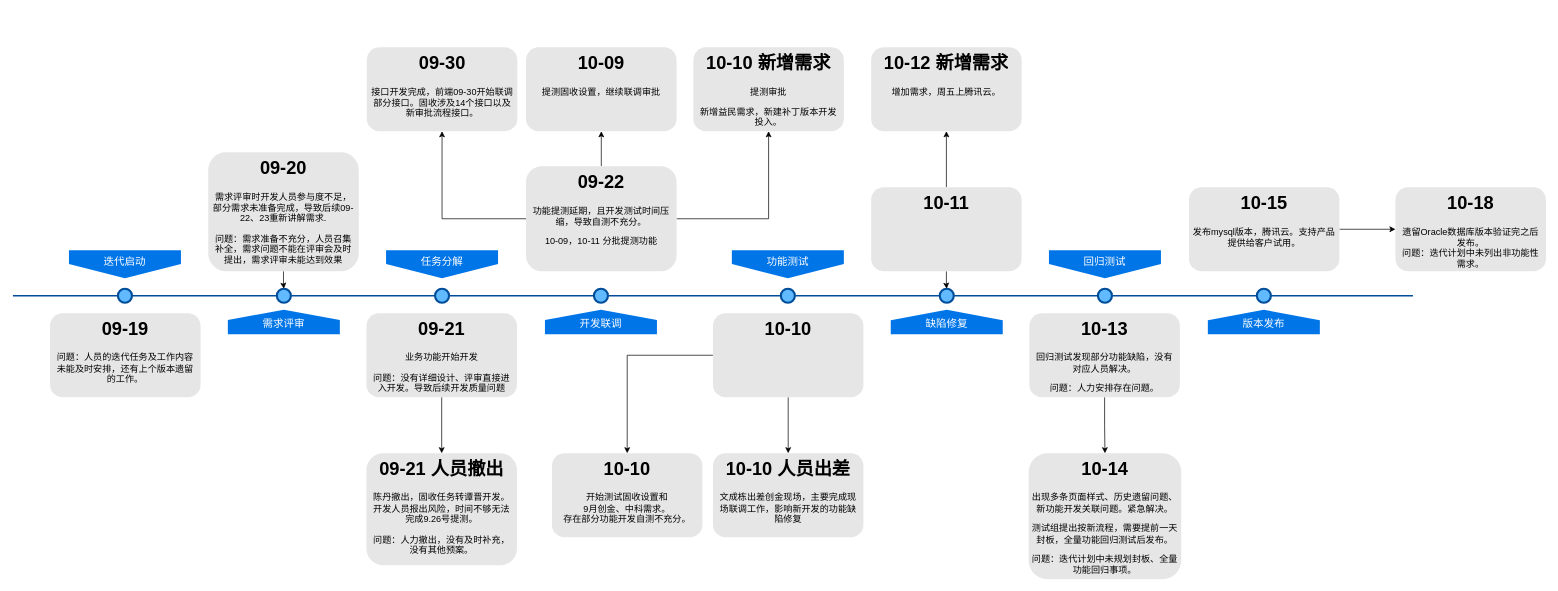
Earlier version of the draw.io diagram 未命名绘图.drawio (warmsheep/my-example). Source tidied: cells renumbered, new cells numbered last; positions are measured from the earlier drawing's top-left corner, leaving out a move shared by most shapes. Both pictures are drawn from the tidied source at 70%, with x=0, y=0 at pixel (13, 47).
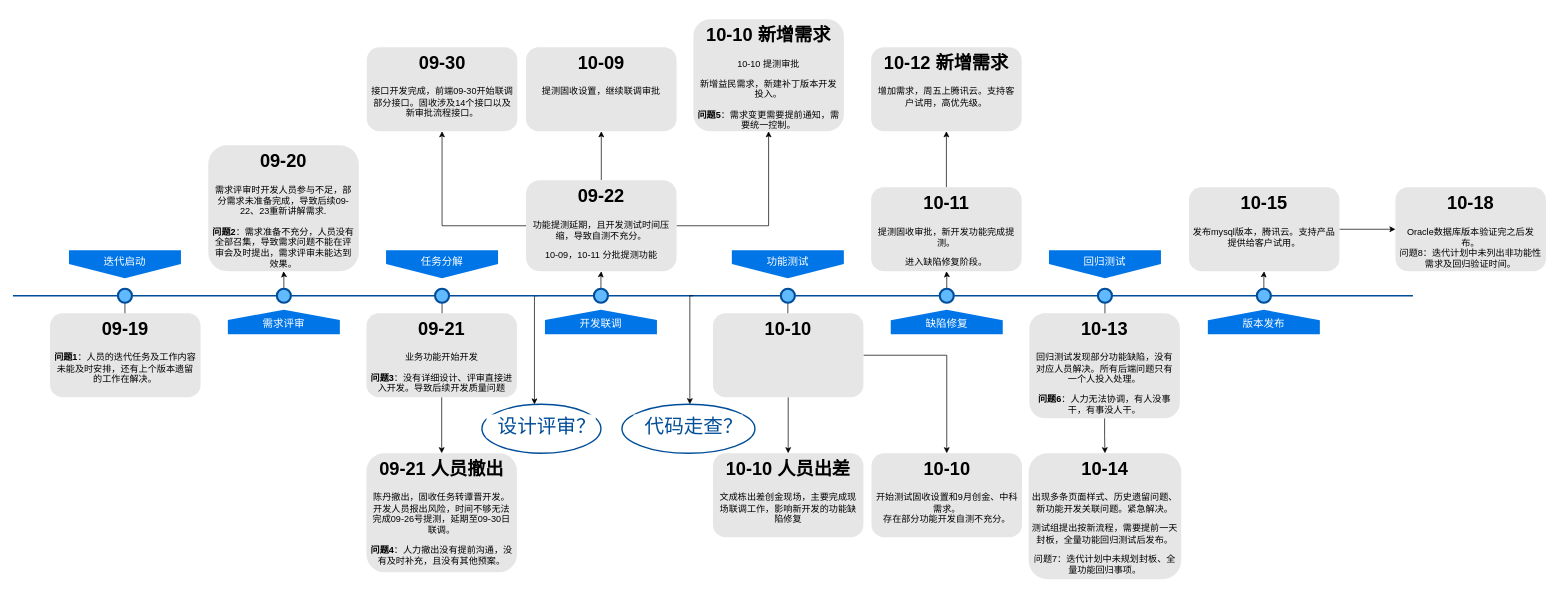
The same page after the edit.

Commit message:
更新未命名绘图.drawio

The change refers to these unchanged cells:
```xml
<mxCell id="2" style="line;strokeWidth=2;html=1;fillColor=none;fontSize=28;fontColor=#004D99;strokeColor=#004D99;" parent="1" vertex="1">
  <mxGeometry y="350" width="1000" height="10" as="geometry" />
</mxCell>
<mxCell id="7" style="ellipse;whiteSpace=wrap;html=1;fillColor=#61BAFF;fontSize=28;fontColor=#004D99;strokeWidth=3;strokeColor=#004D99;" parent="1" vertex="1">
  <mxGeometry x="150" y="345" width="20" height="20" as="geometry" />
</mxCell>
<mxCell id="8" style="ellipse;whiteSpace=wrap;html=1;fillColor=#61BAFF;fontSize=28;fontColor=#004D99;strokeWidth=3;strokeColor=#004D99;" parent="1" vertex="1">
  <mxGeometry x="377" y="345" width="20" height="20" as="geometry" />
</mxCell>
<mxCell id="9" style="ellipse;whiteSpace=wrap;html=1;fillColor=#61BAFF;fontSize=28;fontColor=#004D99;strokeWidth=3;strokeColor=#004D99;" parent="1" vertex="1">
  <mxGeometry x="603" y="345" width="20" height="20" as="geometry" />
</mxCell>
<mxCell id="10" style="ellipse;whiteSpace=wrap;html=1;fillColor=#61BAFF;fontSize=28;fontColor=#004D99;strokeWidth=3;strokeColor=#004D99;" parent="1" vertex="1">
  <mxGeometry x="830" y="345" width="20" height="20" as="geometry" />
</mxCell>
<mxCell id="25" style="ellipse;whiteSpace=wrap;html=1;fillColor=#61BAFF;fontSize=28;fontColor=#004D99;strokeWidth=3;strokeColor=#004D99;" parent="1" vertex="1">
  <mxGeometry x="1097" y="345" width="20" height="20" as="geometry" />
</mxCell>
<mxCell id="26" style="ellipse;whiteSpace=wrap;html=1;fillColor=#61BAFF;fontSize=28;fontColor=#004D99;strokeWidth=3;strokeColor=#004D99;" parent="1" vertex="1">
  <mxGeometry x="1324" y="345" width="20" height="20" as="geometry" />
</mxCell>
<mxCell id="27" style="ellipse;whiteSpace=wrap;html=1;fillColor=#61BAFF;fontSize=28;fontColor=#004D99;strokeWidth=3;strokeColor=#004D99;" parent="1" vertex="1">
  <mxGeometry x="1550" y="345" width="20" height="20" as="geometry" />
</mxCell>
<mxCell id="28" style="ellipse;whiteSpace=wrap;html=1;fillColor=#61BAFF;fontSize=28;fontColor=#004D99;strokeWidth=3;strokeColor=#004D99;" parent="1" vertex="1">
  <mxGeometry x="1777" y="345" width="20" height="20" as="geometry" />
</mxCell>
<mxCell id="31" value="&lt;h1&gt;10-10&lt;/h1&gt;&lt;p&gt;&lt;br&gt;&lt;/p&gt;" style="text;html=1;spacing=5;spacingTop=-20;whiteSpace=wrap;overflow=hidden;strokeColor=none;strokeWidth=3;fillColor=#E6E6E6;fontSize=13;fontColor=#000000;align=center;rounded=1;" parent="1" vertex="1">
  <mxGeometry x="1000" y="380" width="215" height="120" as="geometry" />
</mxCell>
<mxCell id="38" value="&lt;h1&gt;10-15&lt;/h1&gt;&lt;p&gt;发布mysql版本，腾讯云。支持产品提供给客户试用。&lt;/p&gt;" style="text;html=1;spacing=5;spacingTop=-20;whiteSpace=wrap;overflow=hidden;strokeColor=none;strokeWidth=3;fillColor=#E6E6E6;fontSize=13;fontColor=#000000;align=center;rounded=1;" parent="1" vertex="1">
  <mxGeometry x="1680" y="200" width="215" height="120" as="geometry" />
</mxCell>
```

Diff of the diagram source:
```diff
@@
+    <mxCell id="48" style="edgeStyle=orthogonalEdgeStyle;rounded=0;jettySize=auto;html=1;exitX=0.75;exitY=0.5;exitDx=0;exitDy=0;exitPerimeter=0;" parent="1" edge="1" source="2" target="57">
+      <mxGeometry relative="1" as="geometry">
+        <Array as="points">
+          <mxPoint x="745" y="355" />
+        </Array>
+      </mxGeometry>
+    </mxCell>
@@
+    <mxCell id="49" style="edgeStyle=orthogonalEdgeStyle;rounded=0;jettySize=auto;html=1;" parent="1" edge="1" source="7" target="11">
+      <mxGeometry relative="1" as="geometry" />
+    </mxCell>
@@
+    <mxCell id="50" style="edgeStyle=orthogonalEdgeStyle;rounded=0;jettySize=auto;html=1;" parent="1" edge="1" source="8" target="13">
+      <mxGeometry relative="1" as="geometry" />
+    </mxCell>
@@
+    <mxCell id="51" style="edgeStyle=orthogonalEdgeStyle;rounded=0;jettySize=auto;html=1;" parent="1" edge="1" source="9" target="15">
+      <mxGeometry relative="1" as="geometry" />
+    </mxCell>
@@
+    <mxCell id="52" style="edgeStyle=orthogonalEdgeStyle;rounded=0;jettySize=auto;html=1;" parent="1" edge="1" source="10" target="19">
+      <mxGeometry relative="1" as="geometry" />
+    </mxCell>
@@
-    <mxCell id="11" value="&lt;h1&gt;09-19&lt;/h1&gt;&lt;p&gt;问题：人员的迭代任务及工作内容未能及时安排，还有上个版本遗留的工作。&lt;/p&gt;" style="text;html=1;spacing=5;spacingTop=-20;whiteSpace=wrap;overflow=hidden;strokeColor=none;strokeWidth=3;fillColor=#E6E6E6;fontSize=13;fontColor=#000000;align=center;rounded=1;" parent="1" vertex="1">
+    <mxCell id="11" value="&lt;h1&gt;09-19&lt;/h1&gt;&lt;p&gt;&lt;b&gt;问题1&lt;/b&gt;：人员的迭代任务及工作内容未能及时安排，还有上个版本遗留的工作在解决。&lt;/p&gt;" style="text;html=1;spacing=5;spacingTop=-20;whiteSpace=wrap;overflow=hidden;strokeColor=none;strokeWidth=3;fillColor=#E6E6E6;fontSize=13;fontColor=#000000;align=center;rounded=1;" parent="1" vertex="1">
       <mxGeometry x="53" y="380" width="215" height="120" as="geometry" />
     </mxCell>
-    <mxCell id="12" style="edgeStyle=orthogonalEdgeStyle;rounded=0;jettySize=auto;html=1;" parent="1" edge="1" source="13" target="8">
-      <mxGeometry relative="1" as="geometry" />
-    </mxCell>
-    <mxCell id="13" value="&lt;h1&gt;09-20&lt;/h1&gt;&lt;p&gt;需求评审时开发人员参与度不足，部分需求未准备完成，导致后续09-22、23重新讲解需求.&lt;/p&gt;&lt;p&gt;问题：需求准备不充分，人员召集补全，需求问题不能在评审会及时提出，需求评审未能达到效果&lt;/p&gt;" style="text;html=1;spacing=5;spacingTop=-20;whiteSpace=wrap;overflow=hidden;strokeColor=none;strokeWidth=3;fillColor=#E6E6E6;fontSize=13;fontColor=#000000;align=center;rounded=1;" parent="1" vertex="1">
-      <mxGeometry x="279" y="150" width="215" height="170" as="geometry" />
+    <mxCell id="13" value="&lt;h1&gt;09-20&lt;/h1&gt;&lt;p&gt;需求评审时开发人员参与不足，部分需求未准备完成，导致后续09-22、23重新讲解需求.&lt;/p&gt;&lt;p&gt;&lt;b&gt;问题2&lt;/b&gt;：需求准备不充分，人员没有全部召集，导致需求问题不能在评审会及时提出，需求评审未能达到效果。&lt;/p&gt;" style="text;html=1;spacing=5;spacingTop=-20;whiteSpace=wrap;overflow=hidden;strokeColor=none;strokeWidth=3;fillColor=#E6E6E6;fontSize=13;fontColor=#000000;align=center;rounded=1;" parent="1" vertex="1">
+      <mxGeometry x="279" y="140" width="215" height="180" as="geometry" />
     </mxCell>
@@
-    <mxCell id="15" value="&lt;h1&gt;09-21&lt;/h1&gt;&lt;p&gt;业务功能开始开发&lt;/p&gt;&lt;p&gt;问题：没有详细设计、评审直接进入开发。导致后续开发质量问题&lt;/p&gt;" style="text;html=1;spacing=5;spacingTop=-20;whiteSpace=wrap;overflow=hidden;strokeColor=none;strokeWidth=3;fillColor=#E6E6E6;fontSize=13;fontColor=#000000;align=center;rounded=1;" parent="1" vertex="1">
+    <mxCell id="15" value="&lt;h1&gt;09-21&lt;/h1&gt;&lt;p&gt;业务功能开始开发&lt;/p&gt;&lt;p&gt;&lt;b&gt;问题3&lt;/b&gt;：没有详细设计、评审直接进入开发。导致后续开发质量问题&lt;/p&gt;" style="text;html=1;spacing=5;spacingTop=-20;whiteSpace=wrap;overflow=hidden;strokeColor=none;strokeWidth=3;fillColor=#E6E6E6;fontSize=13;fontColor=#000000;align=center;rounded=1;" parent="1" vertex="1">
       <mxGeometry x="505" y="380" width="215" height="120" as="geometry" />
     </mxCell>
@@
     <mxCell id="19" value="&lt;h1&gt;09-22&lt;/h1&gt;&lt;p&gt;功能提测延期，且开发测试时间压缩，导致自测不充分。&lt;/p&gt;&lt;p&gt;10-09，10-11 分批提测功能&lt;/p&gt;" style="text;html=1;spacing=5;spacingTop=-20;whiteSpace=wrap;overflow=hidden;strokeColor=none;strokeWidth=3;fillColor=#E6E6E6;fontSize=13;fontColor=#000000;align=center;rounded=1;" parent="1" vertex="1">
-      <mxGeometry x="733" y="170" width="215" height="150" as="geometry" />
+      <mxGeometry x="733" y="190" width="215" height="130" as="geometry" />
     </mxCell>
@@
+    <mxCell id="53" style="edgeStyle=orthogonalEdgeStyle;rounded=0;jettySize=auto;html=1;" parent="1" edge="1" source="25" target="31">
+      <mxGeometry relative="1" as="geometry" />
+    </mxCell>
@@
+    <mxCell id="54" style="edgeStyle=orthogonalEdgeStyle;rounded=0;jettySize=auto;html=1;" parent="1" edge="1" source="26" target="34">
+      <mxGeometry relative="1" as="geometry" />
+    </mxCell>
@@
+    <mxCell id="55" style="edgeStyle=orthogonalEdgeStyle;rounded=0;jettySize=auto;html=1;" parent="1" edge="1" source="27" target="36">
+      <mxGeometry relative="1" as="geometry" />
+    </mxCell>
@@
+    <mxCell id="56" style="edgeStyle=orthogonalEdgeStyle;rounded=0;jettySize=auto;html=1;" parent="1" edge="1" source="28" target="38">
+      <mxGeometry relative="1" as="geometry" />
+    </mxCell>
@@
-    <mxCell id="32" style="edgeStyle=orthogonalEdgeStyle;rounded=0;jettySize=auto;html=1;" parent="1" edge="1" source="34" target="26">
-      <mxGeometry relative="1" as="geometry" />
-    </mxCell>
@@
-    <mxCell id="34" value="&lt;h1&gt;10-11&lt;/h1&gt;&lt;p&gt;&lt;br&gt;&lt;/p&gt;" style="text;html=1;spacing=5;spacingTop=-20;whiteSpace=wrap;overflow=hidden;strokeColor=none;strokeWidth=3;fillColor=#E6E6E6;fontSize=13;fontColor=#000000;align=center;rounded=1;" parent="1" vertex="1">
+    <mxCell id="34" value="&lt;h1&gt;10-11&lt;/h1&gt;&lt;p&gt;提测固收审批，新开发功能完成提测。&lt;/p&gt;&lt;p&gt;进入缺陷修复阶段。&lt;/p&gt;" style="text;html=1;spacing=5;spacingTop=-20;whiteSpace=wrap;overflow=hidden;strokeColor=none;strokeWidth=3;fillColor=#E6E6E6;fontSize=13;fontColor=#000000;align=center;rounded=1;" parent="1" vertex="1">
       <mxGeometry x="1226" y="200" width="215" height="120" as="geometry" />
     </mxCell>
@@
-    <mxCell id="36" value="&lt;h1&gt;10-13&lt;/h1&gt;&lt;p&gt;回归测试发现部分功能缺陷，没有对应人员解决。&lt;/p&gt;&lt;p&gt;问题：人力安排存在问题。&lt;/p&gt;" style="text;html=1;spacing=5;spacingTop=-20;whiteSpace=wrap;overflow=hidden;strokeColor=none;strokeWidth=3;fillColor=#E6E6E6;fontSize=13;fontColor=#000000;align=center;rounded=1;" parent="1" vertex="1">
-      <mxGeometry x="1452" y="380" width="215" height="120" as="geometry" />
+    <mxCell id="36" value="&lt;h1&gt;10-13&lt;/h1&gt;&lt;p&gt;回归测试发现部分功能缺陷，没有对应人员解决。所有后端问题只有一个人投入处理。&lt;/p&gt;&lt;p&gt;&lt;b&gt;问题6&lt;/b&gt;：人力无法协调，有人没事干，有事没人干。&lt;/p&gt;" style="text;html=1;spacing=5;spacingTop=-20;whiteSpace=wrap;overflow=hidden;strokeColor=none;strokeWidth=3;fillColor=#E6E6E6;fontSize=13;fontColor=#000000;align=center;rounded=1;" parent="1" vertex="1">
+      <mxGeometry x="1452" y="380" width="215" height="150" as="geometry" />
     </mxCell>
@@
-    <mxCell id="39" value="&lt;h1&gt;09-21 人员撤出&lt;/h1&gt;&lt;p&gt;陈丹撤出，固收任务转谭晋开发。开发人员&lt;span style=&quot;background-color: initial;&quot;&gt;报出风险，时间不够无法完成9.26号提测。&lt;/span&gt;&lt;/p&gt;&lt;p&gt;&lt;span style=&quot;background-color: initial;&quot;&gt;问题：人力撤出，没有及时补充，没有其他预案。&lt;/span&gt;&lt;/p&gt;" style="text;html=1;spacing=5;spacingTop=-20;whiteSpace=wrap;overflow=hidden;strokeColor=none;strokeWidth=3;fillColor=#E6E6E6;fontSize=13;fontColor=#000000;align=center;rounded=1;" parent="1" vertex="1">
-      <mxGeometry x="505" y="580" width="215" height="160" as="geometry" />
+    <mxCell id="39" value="&lt;h1&gt;09-21 人员撤出&lt;/h1&gt;&lt;p&gt;陈丹撤出，固收任务转谭晋开发。开发人员&lt;span style=&quot;background-color: initial;&quot;&gt;报出风险，时间不够无法完成09-26号提测，&lt;/span&gt;&lt;span style=&quot;background-color: initial;&quot;&gt;延期至09-30日联调。&lt;/span&gt;&lt;/p&gt;&lt;p&gt;&lt;span style=&quot;background-color: initial;&quot;&gt;&lt;b&gt;问题4&lt;/b&gt;：人力撤出没有提前沟通，没有及时补充，且没有其他预案。&lt;/span&gt;&lt;/p&gt;" style="text;html=1;spacing=5;spacingTop=-20;whiteSpace=wrap;overflow=hidden;strokeColor=none;strokeWidth=3;fillColor=#E6E6E6;fontSize=13;fontColor=#000000;align=center;rounded=1;" parent="1" vertex="1">
+      <mxGeometry x="505" y="580" width="215" height="170" as="geometry" />
     </mxCell>
@@
-    <mxCell id="43" value="&lt;h1&gt;10-10 新增需求&lt;/h1&gt;&lt;p&gt;提测审批&lt;/p&gt;&lt;p&gt;新增益民需求，新建补丁版本开发投入。&lt;/p&gt;" style="text;html=1;spacing=5;spacingTop=-20;whiteSpace=wrap;overflow=hidden;strokeColor=none;strokeWidth=3;fillColor=#E6E6E6;fontSize=13;fontColor=#000000;align=center;rounded=1;" parent="1" vertex="1">
-      <mxGeometry x="972" width="215" height="120" as="geometry" />
+    <mxCell id="43" value="&lt;h1&gt;10-10 新增需求&lt;/h1&gt;&lt;p&gt;10-10 提测审批&lt;/p&gt;&lt;p&gt;新增益民需求，新建补丁版本开发投入。&lt;/p&gt;&lt;p&gt;&lt;b&gt;问题5&lt;/b&gt;：需求变更需要提前通知，需要统一控制。&lt;/p&gt;" style="text;html=1;spacing=5;spacingTop=-20;whiteSpace=wrap;overflow=hidden;strokeColor=none;strokeWidth=3;fillColor=#E6E6E6;fontSize=13;fontColor=#000000;align=center;rounded=1;" parent="1" vertex="1">
+      <mxGeometry x="972" y="-40" width="215" height="160" as="geometry" />
     </mxCell>
-    <mxCell id="44" value="&lt;h1&gt;10-10&lt;/h1&gt;&lt;div&gt;开始测试固收设置和&lt;/div&gt;&lt;div&gt;9月创金、中科需求。&lt;/div&gt;&lt;div&gt;存在部分功能开发自测不充分。&lt;/div&gt;" style="text;html=1;spacing=5;spacingTop=-20;whiteSpace=wrap;overflow=hidden;strokeColor=none;strokeWidth=3;fillColor=#E6E6E6;fontSize=13;fontColor=#000000;align=center;rounded=1;" parent="1" vertex="1">
-      <mxGeometry x="770" y="580" width="215" height="120" as="geometry" />
+    <mxCell id="44" value="&lt;h1&gt;10-10&lt;/h1&gt;&lt;div&gt;开始测试固收设置和&lt;span style=&quot;background-color: initial;&quot;&gt;9月创金、中科需求。&lt;/span&gt;&lt;/div&gt;&lt;div&gt;存在部分功能开发自测不充分。&lt;/div&gt;" style="text;html=1;spacing=5;spacingTop=-20;whiteSpace=wrap;overflow=hidden;strokeColor=none;strokeWidth=3;fillColor=#E6E6E6;fontSize=13;fontColor=#000000;align=center;rounded=1;" parent="1" vertex="1">
+      <mxGeometry x="1226.5" y="580" width="215" height="120" as="geometry" />
     </mxCell>
-    <mxCell id="45" value="&lt;h1&gt;10-12 新增需求&lt;/h1&gt;&lt;p&gt;增加需求，&lt;span style=&quot;background-color: initial;&quot;&gt;周五上腾讯云。&lt;/span&gt;&lt;/p&gt;" style="text;html=1;spacing=5;spacingTop=-20;whiteSpace=wrap;overflow=hidden;strokeColor=none;strokeWidth=3;fillColor=#E6E6E6;fontSize=13;fontColor=#000000;align=center;rounded=1;" parent="1" vertex="1">
+    <mxCell id="45" value="&lt;h1&gt;10-12 新增需求&lt;/h1&gt;&lt;p&gt;增加需求，&lt;span style=&quot;background-color: initial;&quot;&gt;周五上腾讯云。支持客户试用，高优先级。&lt;/span&gt;&lt;/p&gt;" style="text;html=1;spacing=5;spacingTop=-20;whiteSpace=wrap;overflow=hidden;strokeColor=none;strokeWidth=3;fillColor=#E6E6E6;fontSize=13;fontColor=#000000;align=center;rounded=1;" parent="1" vertex="1">
       <mxGeometry x="1226" width="215" height="120" as="geometry" />
     </mxCell>
-    <mxCell id="46" value="&lt;h1&gt;10-14&lt;/h1&gt;&lt;p&gt;出现多条页面样式、历史遗留问题、新功能开发关联问题。紧急解决。&lt;/p&gt;&lt;p&gt;测试组提出按新流程，需要提前一天封板，全量功能回归测试后发布。&lt;/p&gt;&lt;p&gt;问题：迭代计划中未规划封板、全量功能回归事项。&lt;/p&gt;" style="text;html=1;spacing=5;spacingTop=-20;whiteSpace=wrap;overflow=hidden;strokeColor=none;strokeWidth=3;fillColor=#E6E6E6;fontSize=13;fontColor=#000000;align=center;rounded=1;" parent="1" vertex="1">
+    <mxCell id="46" value="&lt;h1&gt;10-14&lt;/h1&gt;&lt;p&gt;出现多条页面样式、历史遗留问题、新功能开发关联问题。紧急解决。&lt;/p&gt;&lt;p&gt;测试组提出按新流程，需要提前一天封板，全量功能回归测试后发布。&lt;/p&gt;&lt;p&gt;问题7：迭代计划中未规划封板、全量功能回归事项。&lt;/p&gt;" style="text;html=1;spacing=5;spacingTop=-20;whiteSpace=wrap;overflow=hidden;strokeColor=none;strokeWidth=3;fillColor=#E6E6E6;fontSize=13;fontColor=#000000;align=center;rounded=1;" parent="1" vertex="1">
       <mxGeometry x="1451" y="580" width="218" height="180" as="geometry" />
     </mxCell>
-    <mxCell id="47" value="&lt;h1&gt;10-18&lt;/h1&gt;遗留Oracle数据库版本验证完之后发布。&lt;br&gt;问题：迭代计划中未列出非功能性需求。" style="text;html=1;spacing=5;spacingTop=-20;whiteSpace=wrap;overflow=hidden;strokeColor=none;strokeWidth=3;fillColor=#E6E6E6;fontSize=13;fontColor=#000000;align=center;rounded=1;" parent="1" vertex="1">
+    <mxCell id="47" value="&lt;h1&gt;10-18&lt;/h1&gt;Oracle数据库版本验证完之后发布。&lt;br&gt;问题8：迭代计划中未列出非功能性需求及回归验证时间。" style="text;html=1;spacing=5;spacingTop=-20;whiteSpace=wrap;overflow=hidden;strokeColor=none;strokeWidth=3;fillColor=#E6E6E6;fontSize=13;fontColor=#000000;align=center;rounded=1;" parent="1" vertex="1">
       <mxGeometry x="1975" y="200" width="215" height="120" as="geometry" />
     </mxCell>
+    <mxCell id="57" value="&amp;nbsp; 设计评审？" style="ellipse;whiteSpace=wrap;html=1;fontSize=28;verticalAlign=top;fillColor=none;strokeColor=#004D99;fontColor=#004D99;strokeWidth=2;labelBackgroundColor=default;spacingTop=8;" parent="1" vertex="1">
+      <mxGeometry x="670" y="510" width="170" height="70" as="geometry" />
+    </mxCell>
+    <mxCell id="58" style="edgeStyle=orthogonalEdgeStyle;rounded=0;orthogonalLoop=1;jettySize=auto;html=1;exitX=0.75;exitY=0.5;exitDx=0;exitDy=0;exitPerimeter=0;" parent="1" edge="1">
+      <mxGeometry relative="1" as="geometry">
+        <mxPoint x="972" y="355" as="sourcePoint" />
+        <mxPoint x="967" y="510" as="targetPoint" />
+        <Array as="points">
+          <mxPoint x="967" y="355" />
+        </Array>
+      </mxGeometry>
+    </mxCell>
+    <mxCell id="59" value="&amp;nbsp; 代码走查？" style="ellipse;whiteSpace=wrap;html=1;fontSize=28;verticalAlign=top;fillColor=none;strokeColor=#004D99;fontColor=#004D99;strokeWidth=2;labelBackgroundColor=default;spacingTop=8;" parent="1" vertex="1">
+      <mxGeometry x="870" y="510" width="190" height="70" as="geometry" />
+    </mxCell>
```
